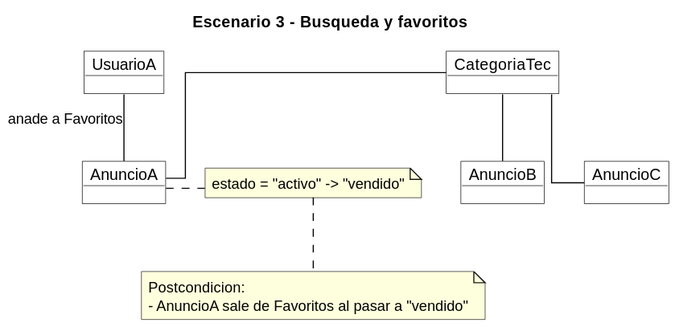
Before: recursos/Escenario3.svg, a diagram exported from PlantUML (NBP6099/WallapopEstudiante).
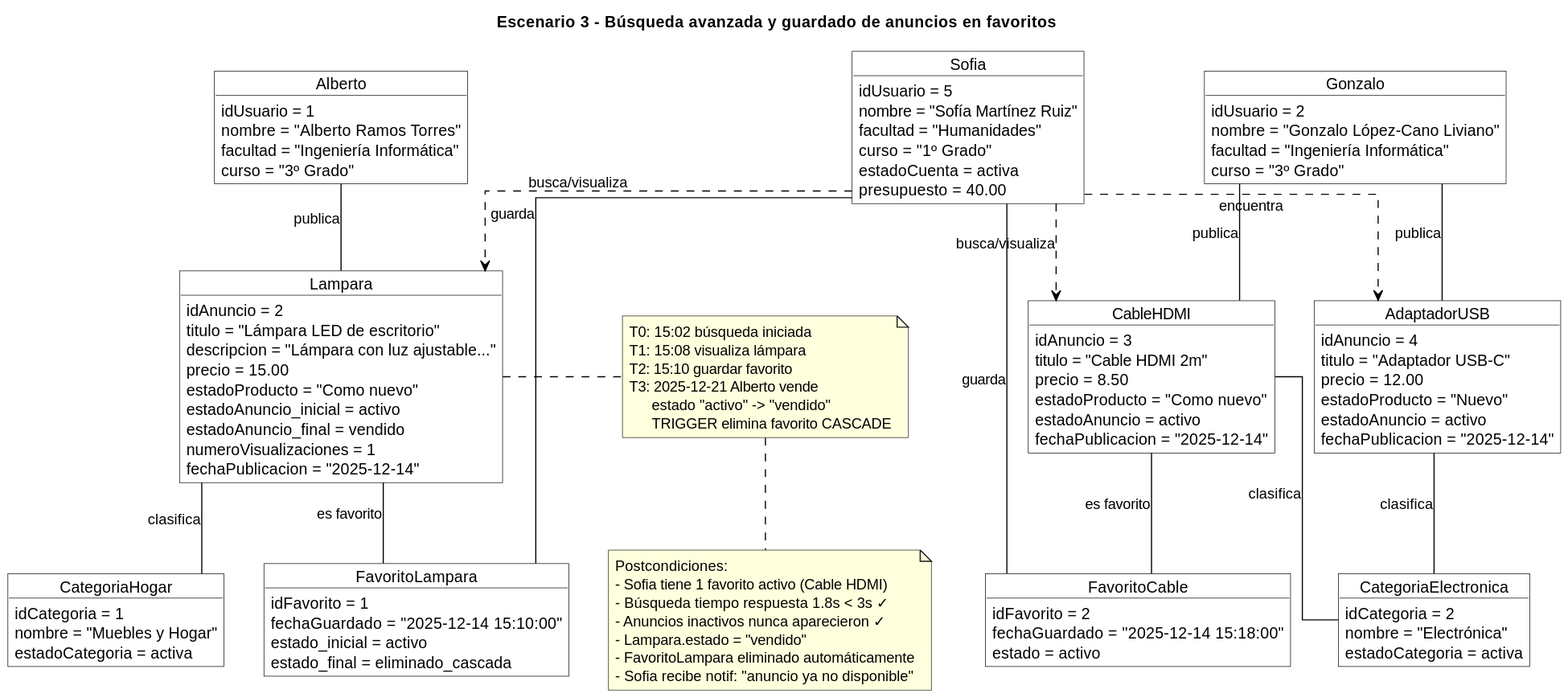
The same file after the commit.

Diff of the diagram source:
```diff
@@ -1,5 +1,5 @@
 @startuml
-title Escenario 3 - Busqueda y favoritos
+title Escenario 3 - Búsqueda avanzada y guardado de anuncios en favoritos
 skinparam classAttributeIconSize 0
 skinparam linetype ortho
 skinparam defaultFontName Helvetica
@@ -8,23 +8,118 @@
 skinparam ArrowColor Black
 skinparam Shadowing false
 
-object UsuarioA
-object AnuncioA
-object AnuncioB
-object AnuncioC
-object CategoriaTec
+object Sofia {
+  idUsuario = 5
+  nombre = "Sofía Martínez Ruiz"
+  facultad = "Humanidades"
+  curso = "1º Grado"
+  estadoCuenta = activa
+  presupuesto = 40.00
+}
 
-CategoriaTec -- AnuncioA
-CategoriaTec -- AnuncioB
-CategoriaTec -- AnuncioC
-UsuarioA -- AnuncioA : anade a Favoritos
+object Alberto {
+  idUsuario = 1
+  nombre = "Alberto Ramos Torres"
+  facultad = "Ingeniería Informática"
+  curso = "3º Grado"
+}
 
-note right of AnuncioA
-estado = "activo" -> "vendido"
+object Gonzalo {
+  idUsuario = 2
+  nombre = "Gonzalo López-Cano Liviano"
+  facultad = "Ingeniería Informática"
+  curso = "3º Grado"
+}
+
+object CategoriaHogar {
+  idCategoria = 1
+  nombre = "Muebles y Hogar"
+  estadoCategoria = activa
+}
+
+object CategoriaElectronica {
+  idCategoria = 2
+  nombre = "Electrónica"
+  estadoCategoria = activa
+}
+
+object Lampara {
+  idAnuncio = 2
+  titulo = "Lámpara LED de escritorio"
+  descripcion = "Lámpara con luz ajustable..."
+  precio = 15.00
+  estadoProducto = "Como nuevo"
+  estadoAnuncio_inicial = activo
+  estadoAnuncio_final = vendido
+  numeroVisualizaciones = 1
+  fechaPublicacion = "2025-12-14"
+}
+
+object CableHDMI {
+  idAnuncio = 3
+  titulo = "Cable HDMI 2m"
+  precio = 8.50
+  estadoProducto = "Como nuevo"
+  estadoAnuncio = activo
+  fechaPublicacion = "2025-12-14"
+}
+
+object AdaptadorUSB {
+  idAnuncio = 4
+  titulo = "Adaptador USB-C"
+  precio = 12.00
+  estadoProducto = "Nuevo"
+  estadoAnuncio = activo
+  fechaPublicacion = "2025-12-14"
+}
+
+object FavoritoLampara {
+  idFavorito = 1
+  fechaGuardado = "2025-12-14 15:10:00"
+  estado_inicial = activo
+  estado_final = eliminado_cascada
+}
+
+object FavoritoCable {
+  idFavorito = 2
+  fechaGuardado = "2025-12-14 15:18:00"
+  estado = activo
+}
+
+Sofia -- FavoritoLampara : guarda
+Sofia -- FavoritoCable : guarda
+
+Lampara -- FavoritoLampara : es favorito
+CableHDMI -- FavoritoCable : es favorito
+
+Alberto -- Lampara : publica
+Gonzalo -- CableHDMI : publica
+Gonzalo -- AdaptadorUSB : publica
+
+Lampara -- CategoriaHogar : clasifica
+CableHDMI -- CategoriaElectronica : clasifica
+AdaptadorUSB -- CategoriaElectronica : clasifica
+
+Sofia ..> Lampara : busca/visualiza
+Sofia ..> CableHDMI : busca/visualiza
+Sofia ..> AdaptadorUSB : encuentra
+
+note right of Lampara
+T0: 15:02 búsqueda iniciada
+T1: 15:08 visualiza lámpara
+T2: 15:10 guardar favorito
+T3: 2025-12-21 Alberto vende
+     estado "activo" -> "vendido"
+     TRIGGER elimina favorito CASCADE
 end note
 
 note bottom
-Postcondicion:
-- AnuncioA sale de Favoritos al pasar a "vendido"
+Postcondiciones:
+- Sofia tiene 1 favorito activo (Cable HDMI)
+- Búsqueda tiempo respuesta 1.8s < 3s ✓
+- Anuncios inactivos nunca aparecieron ✓
+- Lampara.estado = "vendido"
+- FavoritoLampara eliminado automáticamente
+- Sofia recibe notif: "anuncio ya no disponible"
 end note
 @enduml
```
